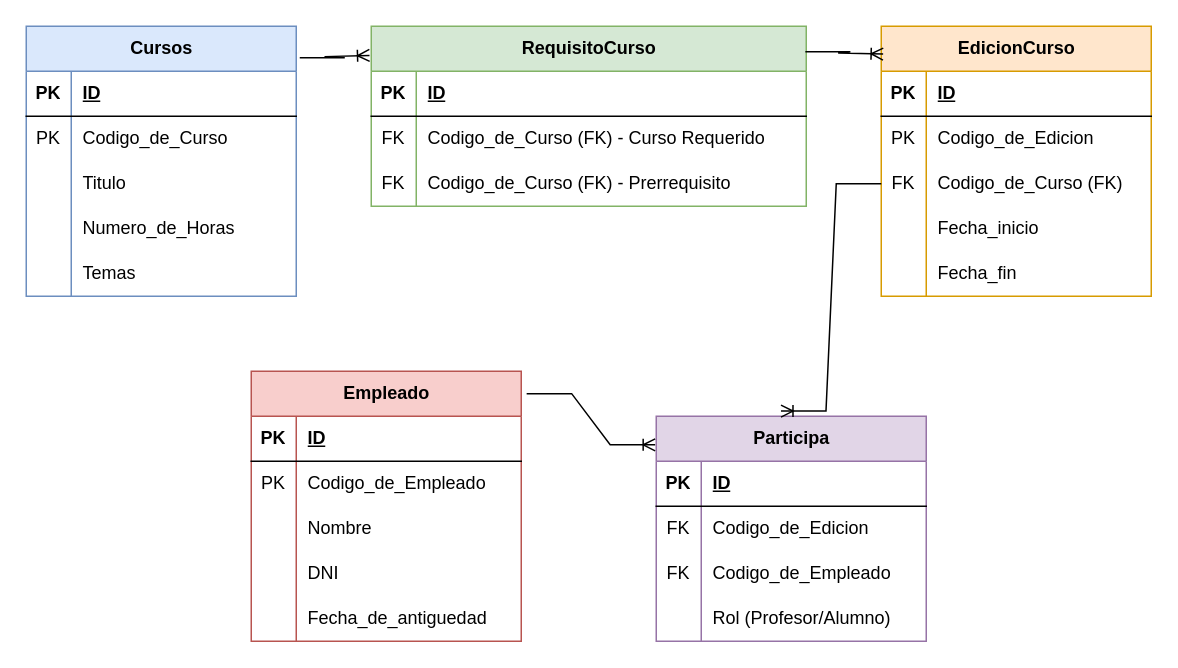
The draw.io diagram TP2-BasesDeDatos.2.drawio in MateoBorrero8/Yo., before the edit. Source tidied: cells renumbered, new cells numbered last; positions are measured from the earlier drawing's top-left corner, leaving out a move shared by most shapes. Both pictures are drawn from the tidied source at 150%, with x=0, y=0 at pixel (26, 26).
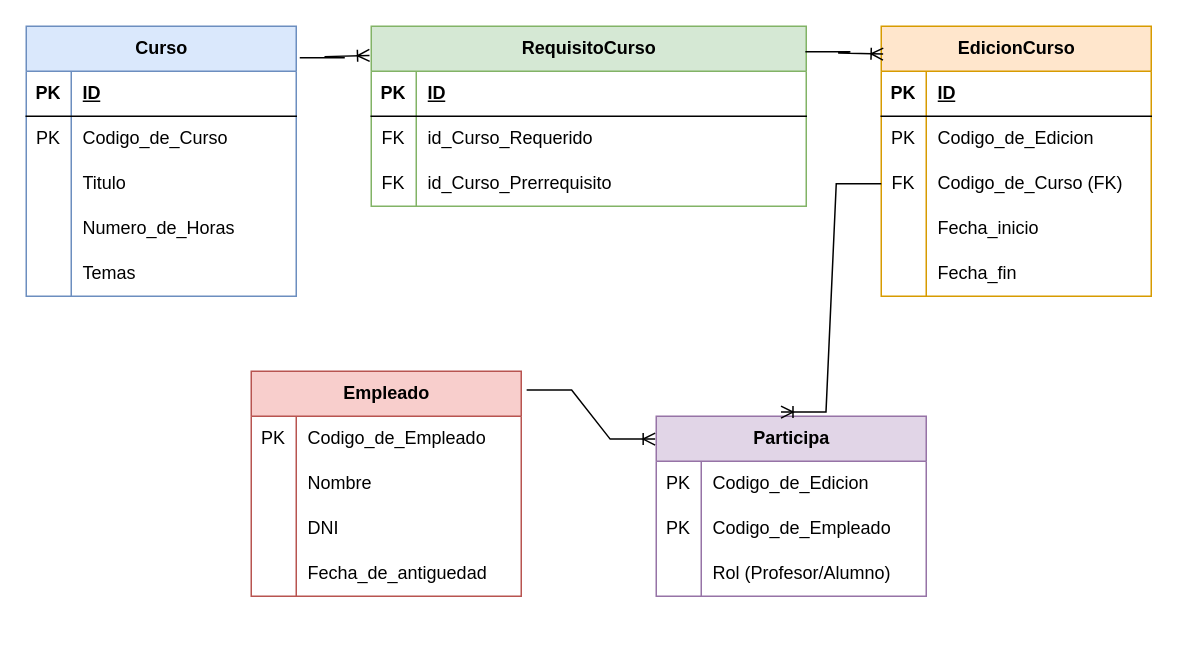
The same diagram, later.

Unchanged cells that the change refers to:
```xml
<mxCell id="22" style="shape=tableRow;horizontal=0;startSize=0;swimlaneHead=0;swimlaneBody=0;fillColor=none;top=0;left=0;right=0;bottom=0;" parent="18" vertex="1">
  <mxGeometry y="60" width="290" height="30" as="geometry" />
</mxCell>
<mxCell id="25" style="shape=tableRow;horizontal=0;startSize=0;swimlaneHead=0;swimlaneBody=0;fillColor=none;top=0;left=0;right=0;bottom=0;" parent="18" vertex="1">
  <mxGeometry y="90" width="290" height="30" as="geometry" />
</mxCell>
```

The edit, as a diff of the source:
```diff
@@
-    <mxCell id="2" value="Cursos" style="shape=table;startSize=30;childLayout=tableLayout;rowLines=0;fontStyle=1;align=center;html=1;fillColor=#dae8fc;strokeColor=#6c8ebf;" parent="1" vertex="1">
+    <mxCell id="2" value="Curso" style="shape=table;startSize=30;childLayout=tableLayout;rowLines=0;fontStyle=1;align=center;html=1;fillColor=#dae8fc;strokeColor=#6c8ebf;" parent="1" vertex="1">
       <mxGeometry width="180" height="180" as="geometry" />
     </mxCell>
@@
-    <mxCell id="24" value="Codigo_de_Curso&amp;nbsp;(FK) - Curso Requerido" style="shape=partialRectangle;fillColor=none;top=0;left=0;bottom=0;right=0;align=left;spacingLeft=6;overflow=hidden;whiteSpace=wrap;html=1;" parent="22" vertex="1">
+    <mxCell id="24" value="id_Curso_Requerido" style="shape=partialRectangle;fillColor=none;top=0;left=0;bottom=0;right=0;align=left;spacingLeft=6;overflow=hidden;whiteSpace=wrap;html=1;" parent="22" vertex="1">
       <mxGeometry x="30" width="260" height="30" as="geometry" />
     </mxCell>
@@
-    <mxCell id="27" value="Codigo_de_Curso&amp;nbsp;(FK) - Prerrequisito" style="shape=partialRectangle;fillColor=none;top=0;left=0;bottom=0;right=0;align=left;spacingLeft=6;overflow=hidden;whiteSpace=wrap;html=1;" parent="25" vertex="1">
+    <mxCell id="27" value="id_Curso_Prerrequisito" style="shape=partialRectangle;fillColor=none;top=0;left=0;bottom=0;right=0;align=left;spacingLeft=6;overflow=hidden;whiteSpace=wrap;html=1;" parent="25" vertex="1">
       <mxGeometry x="30" width="260" height="30" as="geometry" />
     </mxCell>
     <mxCell id="28" value="Empleado" style="shape=table;startSize=30;childLayout=tableLayout;rowLines=0;fontStyle=1;align=center;html=1;fillColor=#f8cecc;strokeColor=#b85450;" parent="1" vertex="1">
-      <mxGeometry x="150" y="230" width="180" height="180" as="geometry" />
+      <mxGeometry x="150" y="230" width="180" height="150" as="geometry" />
     </mxCell>
-    <mxCell id="29" style="shape=tableRow;horizontal=0;startSize=0;swimlaneHead=0;swimlaneBody=0;fillColor=none;top=0;left=0;right=0;bottom=1;" parent="28" vertex="1">
-      <mxGeometry y="30" width="180" height="30" as="geometry" />
-    </mxCell>
-    <mxCell id="30" value="PK" style="shape=partialRectangle;fillColor=none;top=0;left=0;bottom=0;right=0;fontStyle=1;overflow=hidden;whiteSpace=wrap;html=1;" parent="29" vertex="1">
-      <mxGeometry width="30" height="30" as="geometry" />
-    </mxCell>
-    <mxCell id="31" value="ID" style="shape=partialRectangle;fillColor=none;top=0;left=0;bottom=0;right=0;align=left;spacingLeft=6;fontStyle=5;overflow=hidden;whiteSpace=wrap;html=1;" parent="29" vertex="1">
-      <mxGeometry x="30" width="150" height="30" as="geometry" />
-    </mxCell>
     <mxCell id="32" style="shape=tableRow;horizontal=0;startSize=0;swimlaneHead=0;swimlaneBody=0;fillColor=none;top=0;left=0;right=0;bottom=0;" parent="28" vertex="1">
-      <mxGeometry y="60" width="180" height="30" as="geometry" />
+      <mxGeometry y="30" width="180" height="30" as="geometry" />
     </mxCell>
@@
     <mxCell id="35" style="shape=tableRow;horizontal=0;startSize=0;swimlaneHead=0;swimlaneBody=0;fillColor=none;top=0;left=0;right=0;bottom=0;" parent="28" vertex="1">
-      <mxGeometry y="90" width="180" height="30" as="geometry" />
+      <mxGeometry y="60" width="180" height="30" as="geometry" />
     </mxCell>
@@
     <mxCell id="38" style="shape=tableRow;horizontal=0;startSize=0;swimlaneHead=0;swimlaneBody=0;fillColor=none;top=0;left=0;right=0;bottom=0;" parent="28" vertex="1">
-      <mxGeometry y="120" width="180" height="30" as="geometry" />
+      <mxGeometry y="90" width="180" height="30" as="geometry" />
     </mxCell>
@@
     <mxCell id="41" style="shape=tableRow;horizontal=0;startSize=0;swimlaneHead=0;swimlaneBody=0;fillColor=none;top=0;left=0;right=0;bottom=0;" parent="28" vertex="1">
-      <mxGeometry y="150" width="180" height="30" as="geometry" />
+      <mxGeometry y="120" width="180" height="30" as="geometry" />
     </mxCell>
@@
     <mxCell id="60" value="Participa" style="shape=table;startSize=30;childLayout=tableLayout;rowLines=0;fontStyle=1;align=center;html=1;fillColor=#e1d5e7;strokeColor=#9673a6;" parent="1" vertex="1">
-      <mxGeometry x="420" y="260" width="180" height="150" as="geometry" />
+      <mxGeometry x="420" y="260" width="180" height="120" as="geometry" />
     </mxCell>
-    <mxCell id="61" style="shape=tableRow;horizontal=0;startSize=0;swimlaneHead=0;swimlaneBody=0;fillColor=none;top=0;left=0;right=0;bottom=1;" parent="60" vertex="1">
-      <mxGeometry y="30" width="180" height="30" as="geometry" />
-    </mxCell>
-    <mxCell id="62" value="PK" style="shape=partialRectangle;fillColor=none;top=0;left=0;bottom=0;right=0;fontStyle=1;overflow=hidden;whiteSpace=wrap;html=1;" parent="61" vertex="1">
-      <mxGeometry width="30" height="30" as="geometry" />
-    </mxCell>
-    <mxCell id="63" value="ID" style="shape=partialRectangle;fillColor=none;top=0;left=0;bottom=0;right=0;align=left;spacingLeft=6;fontStyle=5;overflow=hidden;whiteSpace=wrap;html=1;" parent="61" vertex="1">
-      <mxGeometry x="30" width="150" height="30" as="geometry" />
-    </mxCell>
     <mxCell id="64" style="shape=tableRow;horizontal=0;startSize=0;swimlaneHead=0;swimlaneBody=0;fillColor=none;top=0;left=0;right=0;bottom=0;" parent="60" vertex="1">
-      <mxGeometry y="60" width="180" height="30" as="geometry" />
+      <mxGeometry y="30" width="180" height="30" as="geometry" />
     </mxCell>
-    <mxCell id="65" value="FK" style="shape=partialRectangle;fillColor=none;top=0;left=0;bottom=0;right=0;overflow=hidden;whiteSpace=wrap;html=1;" parent="64" vertex="1">
+    <mxCell id="65" value="PK" style="shape=partialRectangle;fillColor=none;top=0;left=0;bottom=0;right=0;overflow=hidden;whiteSpace=wrap;html=1;" parent="64" vertex="1">
       <mxGeometry width="30" height="30" as="geometry" />
     </mxCell>
@@
     <mxCell id="67" style="shape=tableRow;horizontal=0;startSize=0;swimlaneHead=0;swimlaneBody=0;fillColor=none;top=0;left=0;right=0;bottom=0;" parent="60" vertex="1">
-      <mxGeometry y="90" width="180" height="30" as="geometry" />
+      <mxGeometry y="60" width="180" height="30" as="geometry" />
     </mxCell>
-    <mxCell id="68" value="FK" style="shape=partialRectangle;fillColor=none;top=0;left=0;bottom=0;right=0;overflow=hidden;whiteSpace=wrap;html=1;" parent="67" vertex="1">
+    <mxCell id="68" value="PK" style="shape=partialRectangle;fillColor=none;top=0;left=0;bottom=0;right=0;overflow=hidden;whiteSpace=wrap;html=1;" parent="67" vertex="1">
       <mxGeometry width="30" height="30" as="geometry" />
     </mxCell>
@@
     <mxCell id="70" style="shape=tableRow;horizontal=0;startSize=0;swimlaneHead=0;swimlaneBody=0;fillColor=none;top=0;left=0;right=0;bottom=0;" parent="60" vertex="1">
-      <mxGeometry y="120" width="180" height="30" as="geometry" />
+      <mxGeometry y="90" width="180" height="30" as="geometry" />
     </mxCell>
```
